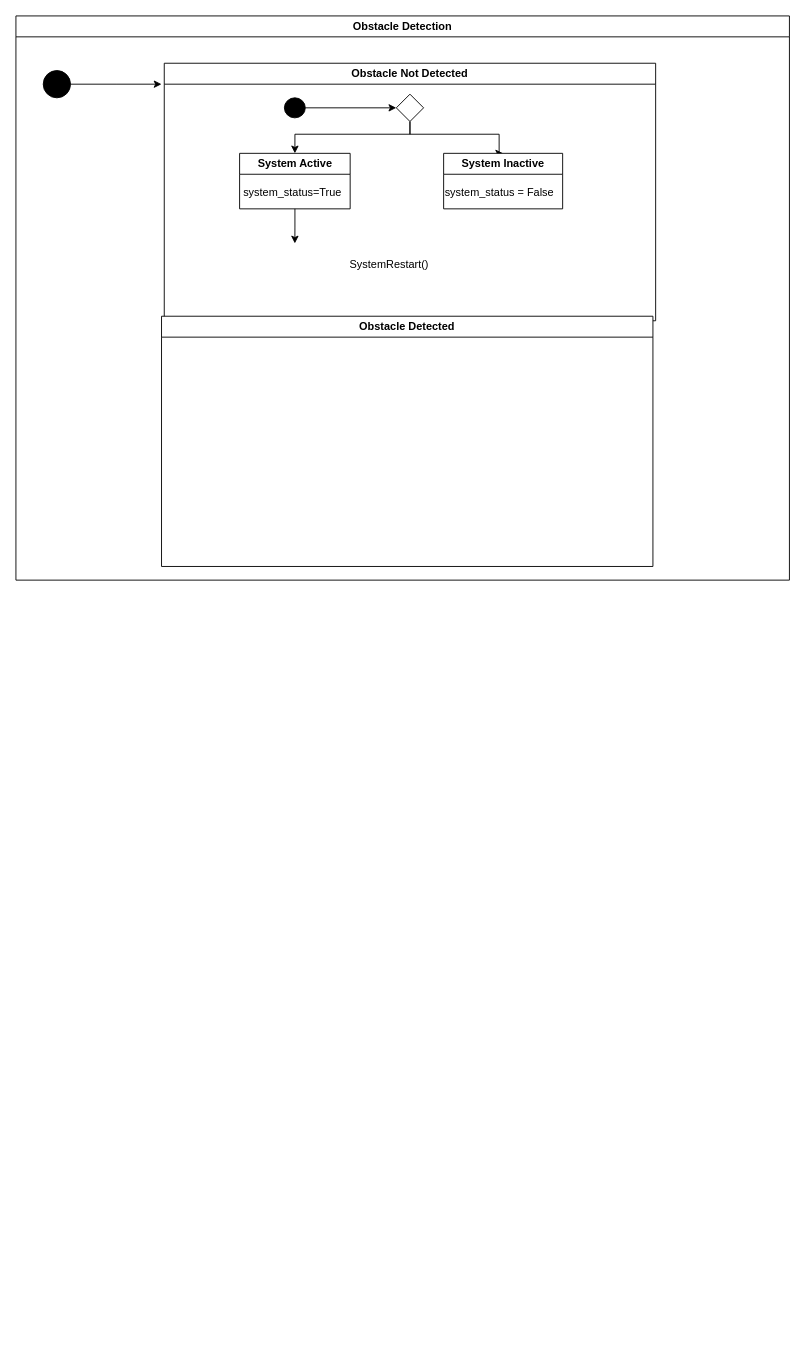
This is state_machine_diag.drawio from varuneranki/MBSE, a draw.io file, before an edit. Source tidied: cells renumbered, new cells numbered last; positions are measured from the earlier drawing's top-left corner, leaving out a move shared by most shapes. Both pictures are drawn from the tidied source at 91%, with x=0, y=0 at pixel (15, 15).
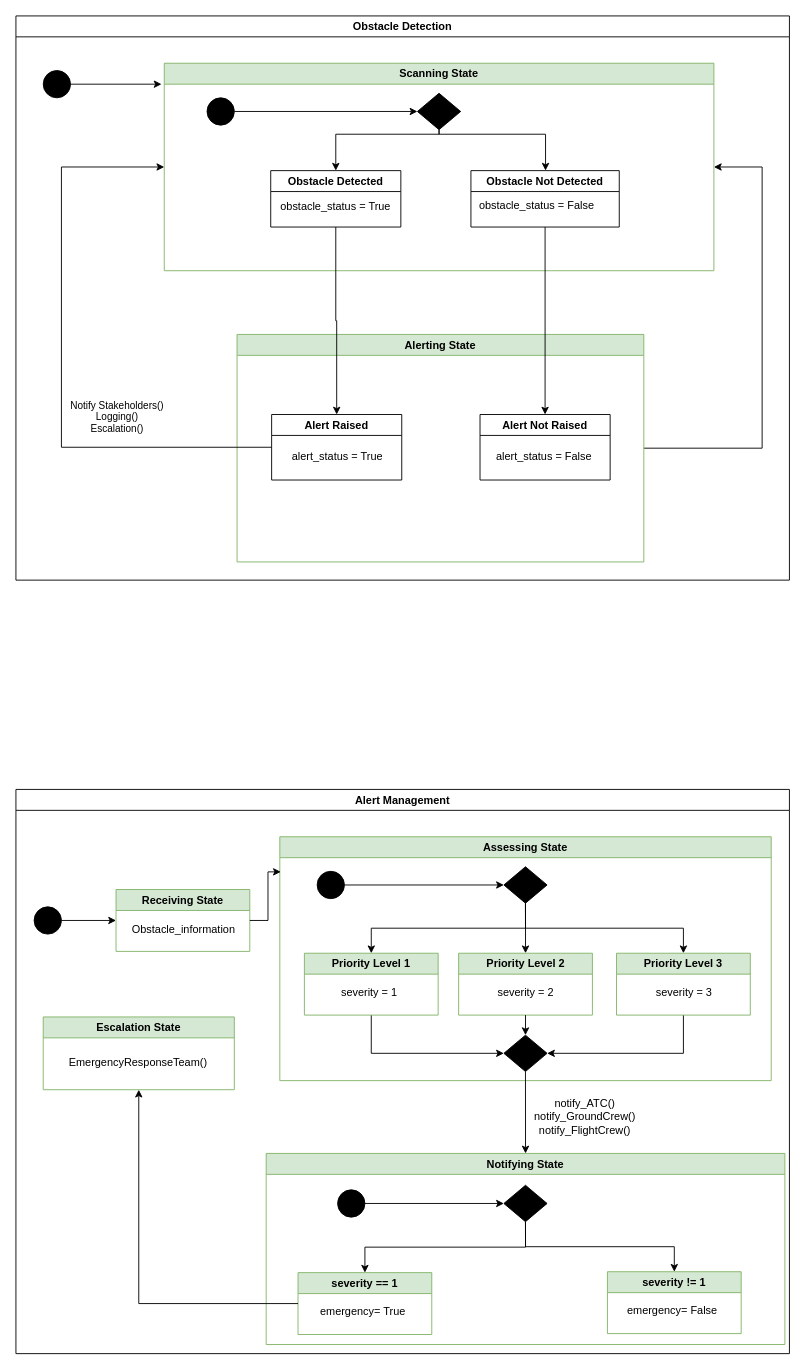
Above is the later version.

Diff of the diagram source:
```diff
@@
-    <mxCell id="2" value="Obstacle Detection" style="swimlane;whiteSpace=wrap;html=1;" parent="1" vertex="1">
+    <mxCell id="2" value="Obstacle Detection" style="swimlane;whiteSpace=wrap;html=1;swimlaneFillColor=none;" parent="1" vertex="1">
       <mxGeometry width="850" height="620" as="geometry" />
     </mxCell>
-    <mxCell id="3" value="Obstacle Not Detected" style="swimlane;whiteSpace=wrap;html=1;" parent="2" vertex="1">
-      <mxGeometry x="163" y="52" width="540" height="283" as="geometry" />
+    <mxCell id="3" value="Scanning State" style="swimlane;whiteSpace=wrap;html=1;fillColor=#d5e8d4;strokeColor=#82b366;" parent="2" vertex="1">
+      <mxGeometry x="163" y="52" width="604" height="228" as="geometry" />
     </mxCell>
-    <mxCell id="4" style="edgeStyle=orthogonalEdgeStyle;rounded=0;jettySize=auto;html=1;exitX=1;exitY=0.5;exitDx=0;exitDy=0;entryX=0;entryY=0.5;entryDx=0;entryDy=0;" parent="3" edge="1" source="5" target="8">
-      <mxGeometry relative="1" as="geometry" />
-    </mxCell>
-    <mxCell id="5" style="ellipse;fillColor=strokeColor;html=1;" parent="3" vertex="1">
-      <mxGeometry x="132" y="38" width="23" height="22" as="geometry" />
-    </mxCell>
-    <mxCell id="6" style="edgeStyle=orthogonalEdgeStyle;rounded=0;jettySize=auto;html=1;entryX=0.5;entryY=0;entryDx=0;entryDy=0;" parent="3" edge="1" source="8" target="10">
-      <mxGeometry relative="1" as="geometry">
-        <Array as="points">
-          <mxPoint x="270" y="78" />
-          <mxPoint x="143" y="78" />
-        </Array>
-      </mxGeometry>
-    </mxCell>
-    <mxCell id="7" style="edgeStyle=orthogonalEdgeStyle;rounded=0;jettySize=auto;html=1;entryX=0.5;entryY=0;entryDx=0;entryDy=0;" parent="3" edge="1" source="8" target="12">
-      <mxGeometry relative="1" as="geometry">
-        <Array as="points">
-          <mxPoint x="270" y="78" />
-          <mxPoint x="368" y="78" />
-        </Array>
-      </mxGeometry>
-    </mxCell>
-    <mxCell id="8" style="rhombus;" parent="3" vertex="1">
-      <mxGeometry x="255" y="34" width="30" height="30" as="geometry" />
-    </mxCell>
-    <mxCell id="9" style="edgeStyle=orthogonalEdgeStyle;rounded=0;jettySize=auto;html=1;" parent="3" edge="1" source="10">
-      <mxGeometry relative="1" as="geometry">
-        <mxPoint x="143.5" y="198" as="targetPoint" />
-      </mxGeometry>
-    </mxCell>
-    <mxCell id="10" value="System Active" style="swimlane;whiteSpace=wrap;html=1;" parent="3" vertex="1">
-      <mxGeometry x="82.8" y="99" width="121.5" height="61" as="geometry" />
-    </mxCell>
-    <mxCell id="11" value="&amp;nbsp; &amp;nbsp; system_status=True" style="text;html=1;align=center;verticalAlign=middle;strokeColor=none;fillColor=none;" parent="10" vertex="1">
-      <mxGeometry x="-18.5" y="27.5" width="140" height="30" as="geometry" />
-    </mxCell>
-    <mxCell id="12" value="System Inactive" style="swimlane;whiteSpace=wrap;html=1;" parent="3" vertex="1">
-      <mxGeometry x="307" y="99" width="130.8" height="61" as="geometry" />
-    </mxCell>
-    <mxCell id="13" value="system_status = False" style="text;html=1;align=center;verticalAlign=middle;strokeColor=none;fillColor=none;" parent="12" vertex="1">
-      <mxGeometry x="-9.2" y="27.5" width="140" height="30" as="geometry" />
-    </mxCell>
-    <mxCell id="14" value="Obstacle Detected" style="swimlane;whiteSpace=wrap;html=1;" parent="2" vertex="1">
-      <mxGeometry x="160" y="330" width="540" height="275" as="geometry" />
-    </mxCell>
+    <mxCell id="18" style="edgeStyle=orthogonalEdgeStyle;rounded=0;jettySize=auto;html=1;entryX=0;entryY=0.5;entryDx=0;entryDy=0;" parent="3" edge="1" source="19" target="22">
+      <mxGeometry relative="1" as="geometry" />
+    </mxCell>
+    <mxCell id="19" style="ellipse;fillColor=strokeColor;html=1;" parent="3" vertex="1">
+      <mxGeometry x="47" y="38" width="30" height="30" as="geometry" />
+    </mxCell>
+    <mxCell id="20" style="edgeStyle=orthogonalEdgeStyle;rounded=0;jettySize=auto;html=1;entryX=0.5;entryY=0;entryDx=0;entryDy=0;" parent="3" edge="1" source="22" target="23">
+      <mxGeometry relative="1" as="geometry">
+        <Array as="points">
+          <mxPoint x="302" y="78" />
+          <mxPoint x="189" y="78" />
+          <mxPoint x="189" y="118" />
+        </Array>
+      </mxGeometry>
+    </mxCell>
+    <mxCell id="21" style="edgeStyle=orthogonalEdgeStyle;rounded=0;jettySize=auto;html=1;exitX=0.5;exitY=1;exitDx=0;exitDy=0;" parent="3" edge="1" source="22" target="24">
+      <mxGeometry relative="1" as="geometry">
+        <Array as="points">
+          <mxPoint x="302" y="78" />
+          <mxPoint x="419" y="78" />
+        </Array>
+      </mxGeometry>
+    </mxCell>
+    <mxCell id="22" style="rhombus;fillColor=#000000;" parent="3" vertex="1">
+      <mxGeometry x="278.2" y="33" width="47.5" height="40" as="geometry" />
+    </mxCell>
+    <mxCell id="23" value="Obstacle Detected" style="swimlane;whiteSpace=wrap;html=1;" parent="3" vertex="1">
+      <mxGeometry x="117" y="118" width="143" height="62" as="geometry" />
+    </mxCell>
+    <mxCell id="24" value="Obstacle Not Detected" style="swimlane;whiteSpace=wrap;html=1;" parent="3" vertex="1">
+      <mxGeometry x="337" y="118" width="163" height="62" as="geometry" />
+    </mxCell>
@@
-    <mxCell id="17" value="SystemRestart()" style="text;html=1;align=center;verticalAlign=middle;strokeColor=none;fillColor=none;" parent="1" vertex="1">
-      <mxGeometry x="355" y="258" width="110" height="30" as="geometry" />
-    </mxCell>
+    <mxCell id="25" value="obstacle_status = True" style="text;html=1;align=center;verticalAlign=middle;strokeColor=none;fillColor=none;" parent="1" vertex="1">
+      <mxGeometry x="281" y="195" width="140" height="30" as="geometry" />
+    </mxCell>
+    <mxCell id="26" value="obstacle_status = False" style="text;html=1;align=center;verticalAlign=middle;strokeColor=none;fillColor=none;" parent="1" vertex="1">
+      <mxGeometry x="497" y="194" width="150" height="30" as="geometry" />
+    </mxCell>
+    <mxCell id="27" style="edgeStyle=orthogonalEdgeStyle;rounded=0;jettySize=auto;html=1;exitX=1;exitY=0.5;exitDx=0;exitDy=0;entryX=1;entryY=0.5;entryDx=0;entryDy=0;" parent="1" edge="1" source="28" target="3">
+      <mxGeometry relative="1" as="geometry">
+        <Array as="points">
+          <mxPoint x="820" y="475" />
+          <mxPoint x="820" y="166" />
+        </Array>
+      </mxGeometry>
+    </mxCell>
+    <mxCell id="28" value="Alerting State" style="swimlane;whiteSpace=wrap;html=1;fillColor=#d5e8d4;strokeColor=#82b366;swimlaneFillColor=none;" parent="1" vertex="1">
+      <mxGeometry x="243" y="350" width="447" height="250" as="geometry" />
+    </mxCell>
+    <mxCell id="14" value="Alert Raised" style="swimlane;whiteSpace=wrap;html=1;" parent="28" vertex="1">
+      <mxGeometry x="38" y="88" width="143" height="72" as="geometry" />
+    </mxCell>
+    <mxCell id="29" value="alert_status = True" style="text;html=1;align=center;verticalAlign=middle;strokeColor=none;fillColor=none;" parent="14" vertex="1">
+      <mxGeometry x="11.5" y="32" width="120" height="30" as="geometry" />
+    </mxCell>
+    <mxCell id="30" value="Alert Not Raised" style="swimlane;whiteSpace=wrap;html=1;" parent="28" vertex="1">
+      <mxGeometry x="267" y="88" width="143" height="72" as="geometry" />
+    </mxCell>
+    <mxCell id="31" value="alert_status = False" style="text;html=1;align=center;verticalAlign=middle;strokeColor=none;fillColor=none;" parent="30" vertex="1">
+      <mxGeometry x="5" y="32" width="130" height="30" as="geometry" />
+    </mxCell>
+    <mxCell id="32" style="edgeStyle=orthogonalEdgeStyle;rounded=0;jettySize=auto;html=1;entryX=0.5;entryY=0;entryDx=0;entryDy=0;" parent="1" edge="1" source="23" target="14">
+      <mxGeometry relative="1" as="geometry" />
+    </mxCell>
+    <mxCell id="33" style="edgeStyle=orthogonalEdgeStyle;rounded=0;jettySize=auto;html=1;exitX=0.5;exitY=1;exitDx=0;exitDy=0;entryX=0.5;entryY=0;entryDx=0;entryDy=0;" parent="1" edge="1" source="24" target="30">
+      <mxGeometry relative="1" as="geometry" />
+    </mxCell>
+    <mxCell id="34" style="edgeStyle=orthogonalEdgeStyle;rounded=0;jettySize=auto;html=1;exitX=0;exitY=0.5;exitDx=0;exitDy=0;entryX=0;entryY=0.5;entryDx=0;entryDy=0;" parent="1" edge="1" source="14" target="3">
+      <mxGeometry relative="1" as="geometry">
+        <Array as="points">
+          <mxPoint x="50" y="474" />
+          <mxPoint x="50" y="166" />
+        </Array>
+      </mxGeometry>
+    </mxCell>
+    <mxCell id="35" value="Notify Stakeholders()&lt;div&gt;Logging()&lt;/div&gt;&lt;div&gt;Escalation()&lt;/div&gt;" style="edgeLabel;html=1;align=center;verticalAlign=middle;" parent="34" vertex="1">
+      <mxGeometry relative="1" as="geometry">
+        <mxPoint x="60" y="61" as="offset" />
+      </mxGeometry>
+    </mxCell>
+    <mxCell id="36" value="Alert Management" style="swimlane;whiteSpace=wrap;html=1;swimlaneFillColor=none;startSize=23;" parent="1" vertex="1">
+      <mxGeometry y="850" width="850" height="620" as="geometry" />
+    </mxCell>
+    <mxCell id="37" value="Receiving State" style="swimlane;whiteSpace=wrap;html=1;fillColor=#d5e8d4;strokeColor=#82b366;" parent="36" vertex="1">
+      <mxGeometry x="110" y="110" width="147" height="68" as="geometry" />
+    </mxCell>
+    <mxCell id="38" value="Obstacle_information" style="text;html=1;align=center;verticalAlign=middle;strokeColor=none;fillColor=none;" parent="37" vertex="1">
+      <mxGeometry x="3.5" y="29" width="140" height="30" as="geometry" />
+    </mxCell>
+    <mxCell id="39" style="ellipse;fillColor=strokeColor;html=1;" parent="36" vertex="1">
+      <mxGeometry x="20" y="129" width="30" height="30" as="geometry" />
+    </mxCell>
+    <mxCell id="40" style="edgeStyle=orthogonalEdgeStyle;rounded=0;jettySize=auto;html=1;entryX=0;entryY=0.5;entryDx=0;entryDy=0;" parent="36" edge="1" source="39" target="37">
+      <mxGeometry relative="1" as="geometry" />
+    </mxCell>
+    <mxCell id="41" value="Assessing State" style="swimlane;whiteSpace=wrap;html=1;fillColor=#d5e8d4;strokeColor=#82b366;" parent="36" vertex="1">
+      <mxGeometry x="290" y="52" width="540" height="268" as="geometry" />
+    </mxCell>
+    <mxCell id="42" style="edgeStyle=orthogonalEdgeStyle;rounded=0;jettySize=auto;html=1;exitX=0.5;exitY=1;exitDx=0;exitDy=0;entryX=0;entryY=0.5;entryDx=0;entryDy=0;" parent="41" edge="1" source="43" target="56">
+      <mxGeometry relative="1" as="geometry" />
+    </mxCell>
+    <mxCell id="43" value="Priority Level 1" style="swimlane;whiteSpace=wrap;html=1;fillColor=#d5e8d4;strokeColor=#82b366;" parent="41" vertex="1">
+      <mxGeometry x="27" y="128" width="147" height="68" as="geometry" />
+    </mxCell>
+    <mxCell id="44" value="severity = 1" style="text;html=1;align=center;verticalAlign=middle;strokeColor=none;fillColor=none;" parent="43" vertex="1">
+      <mxGeometry x="26" y="28" width="90" height="30" as="geometry" />
+    </mxCell>
+    <mxCell id="45" style="edgeStyle=orthogonalEdgeStyle;rounded=0;jettySize=auto;html=1;exitX=1;exitY=0.5;exitDx=0;exitDy=0;" parent="41" edge="1" source="46" target="50">
+      <mxGeometry relative="1" as="geometry" />
+    </mxCell>
+    <mxCell id="46" style="ellipse;fillColor=strokeColor;html=1;" parent="41" vertex="1">
+      <mxGeometry x="41" y="38" width="30" height="30" as="geometry" />
+    </mxCell>
+    <mxCell id="47" style="edgeStyle=orthogonalEdgeStyle;rounded=0;jettySize=auto;html=1;exitX=0.5;exitY=1;exitDx=0;exitDy=0;entryX=0.5;entryY=0;entryDx=0;entryDy=0;" parent="41" edge="1" source="50" target="51">
+      <mxGeometry relative="1" as="geometry" />
+    </mxCell>
+    <mxCell id="48" style="edgeStyle=orthogonalEdgeStyle;rounded=0;jettySize=auto;html=1;exitX=0.5;exitY=1;exitDx=0;exitDy=0;entryX=0.5;entryY=0;entryDx=0;entryDy=0;" parent="41" edge="1" source="50" target="43">
+      <mxGeometry relative="1" as="geometry" />
+    </mxCell>
+    <mxCell id="49" style="edgeStyle=orthogonalEdgeStyle;rounded=0;jettySize=auto;html=1;exitX=0.5;exitY=1;exitDx=0;exitDy=0;entryX=0.5;entryY=0;entryDx=0;entryDy=0;" parent="41" edge="1" source="50" target="54">
+      <mxGeometry relative="1" as="geometry" />
+    </mxCell>
+    <mxCell id="50" style="rhombus;fillColor=#000000;" parent="41" vertex="1">
+      <mxGeometry x="246.2" y="33" width="47.5" height="40" as="geometry" />
+    </mxCell>
+    <mxCell id="51" value="Priority Level 2" style="swimlane;whiteSpace=wrap;html=1;fillColor=#d5e8d4;strokeColor=#82b366;" parent="41" vertex="1">
+      <mxGeometry x="196.5" y="128" width="147" height="68" as="geometry" />
+    </mxCell>
+    <mxCell id="52" value="severity = 2" style="text;html=1;align=center;verticalAlign=middle;strokeColor=none;fillColor=none;" parent="51" vertex="1">
+      <mxGeometry x="28.5" y="28" width="90" height="30" as="geometry" />
+    </mxCell>
+    <mxCell id="53" style="edgeStyle=orthogonalEdgeStyle;rounded=0;jettySize=auto;html=1;exitX=0.5;exitY=1;exitDx=0;exitDy=0;entryX=1;entryY=0.5;entryDx=0;entryDy=0;" parent="41" edge="1" source="54" target="56">
+      <mxGeometry relative="1" as="geometry" />
+    </mxCell>
+    <mxCell id="54" value="Priority Level 3" style="swimlane;whiteSpace=wrap;html=1;fillColor=#d5e8d4;strokeColor=#82b366;" parent="41" vertex="1">
+      <mxGeometry x="370" y="128" width="147" height="68" as="geometry" />
+    </mxCell>
+    <mxCell id="55" value="severity = 3" style="text;html=1;align=center;verticalAlign=middle;strokeColor=none;fillColor=none;" parent="54" vertex="1">
+      <mxGeometry x="28.5" y="28" width="90" height="30" as="geometry" />
+    </mxCell>
+    <mxCell id="56" style="rhombus;fillColor=#000000;" parent="41" vertex="1">
+      <mxGeometry x="246.2" y="218" width="47.5" height="40" as="geometry" />
+    </mxCell>
+    <mxCell id="57" style="edgeStyle=orthogonalEdgeStyle;rounded=0;jettySize=auto;html=1;exitX=0.5;exitY=1;exitDx=0;exitDy=0;entryX=0.5;entryY=0;entryDx=0;entryDy=0;" parent="41" edge="1" source="51" target="56">
+      <mxGeometry relative="1" as="geometry" />
+    </mxCell>
+    <mxCell id="58" style="edgeStyle=orthogonalEdgeStyle;rounded=0;jettySize=auto;html=1;exitX=1;exitY=0.5;exitDx=0;exitDy=0;entryX=0.002;entryY=0.144;entryDx=0;entryDy=0;entryPerimeter=0;" parent="36" edge="1" source="37" target="41">
+      <mxGeometry relative="1" as="geometry" />
+    </mxCell>
+    <mxCell id="59" value="Notifying State" style="swimlane;whiteSpace=wrap;html=1;fillColor=#d5e8d4;strokeColor=#82b366;" parent="36" vertex="1">
+      <mxGeometry x="275" y="400" width="570" height="210" as="geometry" />
+    </mxCell>
+    <mxCell id="60" value="severity == 1" style="swimlane;whiteSpace=wrap;html=1;fillColor=#d5e8d4;strokeColor=#82b366;" parent="59" vertex="1">
+      <mxGeometry x="35" y="131" width="147" height="68" as="geometry" />
+    </mxCell>
+    <mxCell id="61" value="emergency= True" style="text;html=1;align=center;verticalAlign=middle;strokeColor=none;fillColor=none;" parent="60" vertex="1">
+      <mxGeometry x="11" y="28" width="120" height="30" as="geometry" />
+    </mxCell>
+    <mxCell id="62" value="severity != 1" style="swimlane;whiteSpace=wrap;html=1;fillColor=#d5e8d4;strokeColor=#82b366;" parent="59" vertex="1">
+      <mxGeometry x="375" y="130" width="147" height="68" as="geometry" />
+    </mxCell>
+    <mxCell id="63" value="emergency= False" style="text;html=1;align=center;verticalAlign=middle;strokeColor=none;fillColor=none;" parent="62" vertex="1">
+      <mxGeometry x="11" y="28" width="120" height="30" as="geometry" />
+    </mxCell>
+    <mxCell id="64" style="edgeStyle=orthogonalEdgeStyle;rounded=0;jettySize=auto;html=1;exitX=0.5;exitY=1;exitDx=0;exitDy=0;entryX=0.5;entryY=0;entryDx=0;entryDy=0;" parent="59" edge="1" source="66" target="60">
+      <mxGeometry relative="1" as="geometry" />
+    </mxCell>
+    <mxCell id="65" style="edgeStyle=orthogonalEdgeStyle;rounded=0;jettySize=auto;html=1;exitX=0.5;exitY=1;exitDx=0;exitDy=0;" parent="59" edge="1" source="66" target="62">
+      <mxGeometry relative="1" as="geometry" />
+    </mxCell>
+    <mxCell id="66" style="rhombus;fillColor=#000000;" parent="59" vertex="1">
+      <mxGeometry x="261.2" y="35" width="47.5" height="40" as="geometry" />
+    </mxCell>
+    <mxCell id="67" style="edgeStyle=orthogonalEdgeStyle;rounded=0;jettySize=auto;html=1;exitX=1;exitY=0.5;exitDx=0;exitDy=0;entryX=0;entryY=0.5;entryDx=0;entryDy=0;" parent="59" edge="1" source="68" target="66">
+      <mxGeometry relative="1" as="geometry" />
+    </mxCell>
+    <mxCell id="68" style="ellipse;fillColor=strokeColor;html=1;" parent="59" vertex="1">
+      <mxGeometry x="78.5" y="40" width="30" height="30" as="geometry" />
+    </mxCell>
+    <mxCell id="69" style="edgeStyle=orthogonalEdgeStyle;rounded=0;jettySize=auto;html=1;exitX=0.5;exitY=1;exitDx=0;exitDy=0;entryX=0.5;entryY=0;entryDx=0;entryDy=0;" parent="36" edge="1" source="56" target="59">
+      <mxGeometry relative="1" as="geometry" />
+    </mxCell>
+    <mxCell id="70" value="Escalation State" style="swimlane;whiteSpace=wrap;html=1;fillColor=#d5e8d4;strokeColor=#82b366;" parent="36" vertex="1">
+      <mxGeometry x="30" y="250" width="210" height="80" as="geometry" />
+    </mxCell>
+    <mxCell id="71" value="EmergencyResponseTeam()" style="text;html=1;align=center;verticalAlign=middle;strokeColor=none;fillColor=none;" parent="70" vertex="1">
+      <mxGeometry x="14" y="34.5" width="180" height="30" as="geometry" />
+    </mxCell>
+    <mxCell id="72" value="notify_ATC()&lt;br&gt;notify_GroundCrew()&lt;br&gt;notify_FlightCrew()" style="text;html=1;align=center;verticalAlign=middle;strokeColor=none;fillColor=none;" parent="36" vertex="1">
+      <mxGeometry x="560" y="330" width="130" height="60" as="geometry" />
+    </mxCell>
+    <mxCell id="73" style="edgeStyle=orthogonalEdgeStyle;rounded=0;jettySize=auto;html=1;exitX=0;exitY=0.5;exitDx=0;exitDy=0;entryX=0.5;entryY=1;entryDx=0;entryDy=0;" parent="36" edge="1" source="60" target="70">
+      <mxGeometry relative="1" as="geometry" />
+    </mxCell>
```
